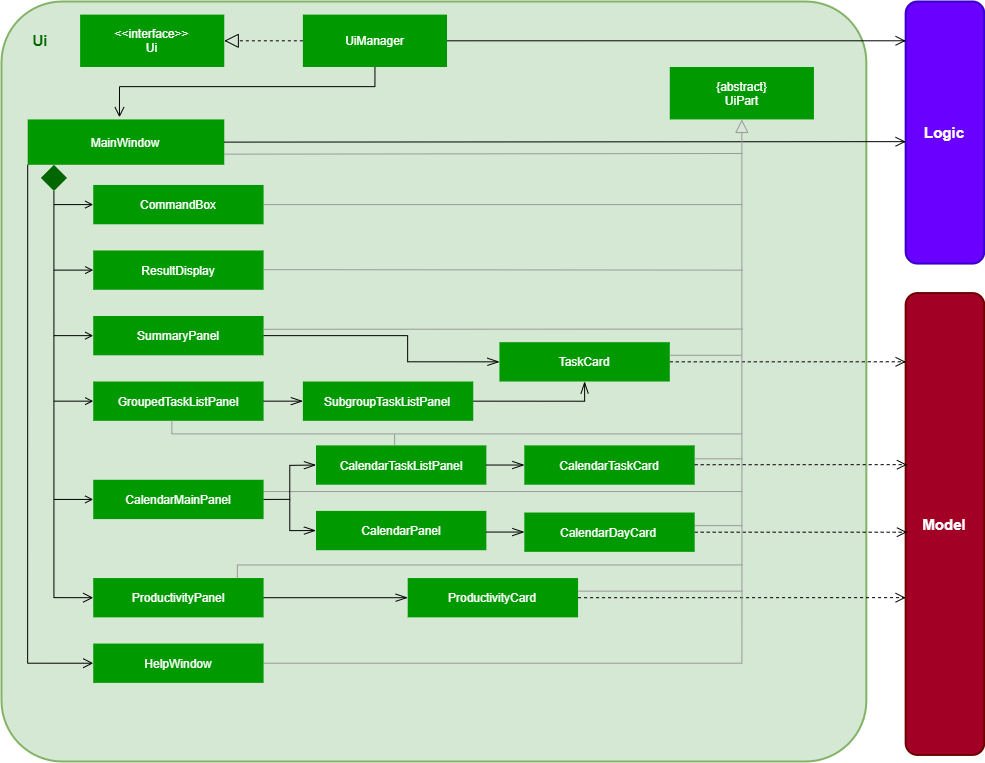
Earlier version of the draw.io export images/UiClassDiagram.png (AY1920S2-CS2103-F09-2/main). Source tidied: cells renumbered, new cells last; positions are measured from the earlier drawing's top-left corner, leaving out a move shared by most shapes.
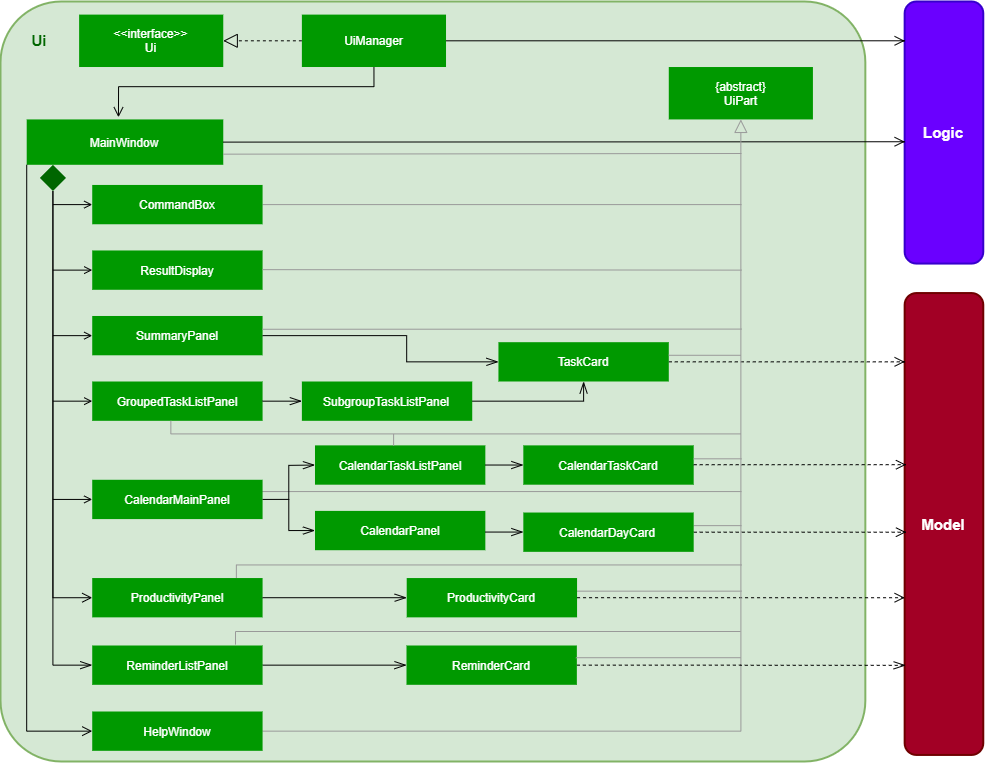
After the commit.

What changed in the source:
```diff
@@ -87,9 +87,6 @@
     <mxCell id="26" value="&lt;font color=&quot;#ffffff&quot;&gt;SummaryPanel&lt;/font&gt;&lt;span style=&quot;color: rgba(0 , 0 , 0 , 0) ; font-family: monospace ; font-size: 0px ; white-space: nowrap&quot;&gt;%3CmxGraphModel%3E%3Croot%3E%3CmxCell%20id%3D%220%22%2F%3E%3CmxCell%20id%3D%221%22%20parent%3D%220%22%2F%3E%3CmxCell%20id%3D%222%22%20value%3D%22%22%20style%3D%22group%22%20vertex%3D%221%22%20connectable%3D%220%22%20parent%3D%221%22%3E%3CmxGeometry%20x%3D%22160%22%20y%3D%22210%22%20width%3D%22130%22%20height%3D%2230%22%20as%3D%22geometry%22%2F%3E%3C%2FmxCell%3E%3CmxCell%20id%3D%223%22%20value%3D%22%22%20style%3D%22rounded%3D0%3BwhiteSpace%3Dwrap%3Bhtml%3D1%3BstrokeWidth%3D1%3BfillColor%3D%2397D077%3BstrokeColor%3D%23009900%3B%22%20vertex%3D%221%22%20parent%3D%222%22%3E%3CmxGeometry%20width%3D%22130%22%20height%3D%2230%22%20as%3D%22geometry%22%2F%3E%3C%2FmxCell%3E%3CmxCell%20id%3D%224%22%20value%3D%22%26lt%3Bfont%20color%3D%26quot%3B%23ffffff%26quot%3B%26gt%3BCommand%20Box%26lt%3B%2Ffont%26gt%3B%22%20style%3D%22text%3Bhtml%3D1%3BstrokeColor%3Dnone%3BfillColor%3Dnone%3Balign%3Dcenter%3BverticalAlign%3Dmiddle%3BwhiteSpace%3Dwrap%3Brounded%3D0%3B%22%20vertex%3D%221%22%20parent%3D%222%22%3E%3CmxGeometry%20x%3D%2210%22%20y%3D%225%22%20width%3D%22110%22%20height%3D%2220%22%20as%3D%22geometry%22%2F%3E%3C%2FmxCell%3E%3C%2Froot%3E%3C%2FmxGraphModel%3E&lt;/span&gt;" style="text;html=1;strokeColor=none;fillColor=none;align=center;verticalAlign=middle;whiteSpace=wrap;rounded=0;" parent="24" vertex="1">
       <mxGeometry x="13.1" y="6.6" width="144.1" height="26.2" as="geometry" />
     </mxCell>
-    <mxCell id="27" style="edgeStyle=orthogonalEdgeStyle;rounded=0;jettySize=auto;html=1;exitX=0;exitY=1;exitDx=0;exitDy=0;entryX=0;entryY=0.5;entryDx=0;entryDy=0;endArrow=open;endFill=0;endSize=8;" parent="1" edge="1" source="19" target="73">
-      <mxGeometry relative="1" as="geometry" />
-    </mxCell>
     <mxCell id="28" style="edgeStyle=orthogonalEdgeStyle;rounded=0;jettySize=auto;html=1;exitX=1;exitY=0.5;exitDx=0;exitDy=0;endArrow=open;endFill=0;endSize=8;" parent="1" edge="1" source="19">
       <mxGeometry relative="1" as="geometry">
         <mxPoint x="904.1" y="140.2" as="targetPoint" />
@@ -98,6 +95,9 @@
         </Array>
       </mxGeometry>
     </mxCell>
+    <mxCell id="102" style="edgeStyle=orthogonalEdgeStyle;rounded=0;jettySize=auto;html=1;exitX=0.5;exitY=1;exitDx=0;exitDy=0;entryX=0;entryY=0.5;entryDx=0;entryDy=0;endArrow=openThin;endFill=0;endSize=10;" parent="1" edge="1" source="29" target="104">
+      <mxGeometry relative="1" as="geometry" />
+    </mxCell>
     <mxCell id="29" style="rhombus;whiteSpace=wrap;html=1;strokeColor=none;strokeWidth=2;fillColor=#006600;" parent="1" vertex="1">
       <mxGeometry x="39.3" y="163.3" width="26.2" height="26.2" as="geometry" />
     </mxCell>
@@ -298,12 +298,6 @@
     <mxCell id="72" value="&lt;font color=&quot;#ffffff&quot;&gt;ProductivityCard&lt;/font&gt;" style="text;html=1;strokeColor=none;fillColor=#009900;align=center;verticalAlign=middle;whiteSpace=wrap;rounded=0;" parent="1" vertex="1">
       <mxGeometry x="419.3" y="583.1" width="144.1" height="26.2" as="geometry" />
     </mxCell>
-    <mxCell id="73" style="rounded=0;whiteSpace=wrap;html=1;strokeWidth=1;fillColor=#009900;strokeColor=none;" parent="1" vertex="1">
-      <mxGeometry x="91.7" y="642.1" width="170.3" height="39.3" as="geometry" />
-    </mxCell>
-    <mxCell id="74" value="&lt;font color=&quot;#ffffff&quot;&gt;HelpWindow&lt;/font&gt;" style="text;html=1;strokeColor=none;fillColor=#009900;align=center;verticalAlign=middle;whiteSpace=wrap;rounded=0;" parent="1" vertex="1">
-      <mxGeometry x="104.8" y="648.6" width="144.1" height="26.2" as="geometry" />
-    </mxCell>
     <mxCell id="75" style="group;" parent="1" vertex="1">
       <mxGeometry x="91.7" y="478.3" width="183.5" height="39.3" as="geometry" />
     </mxCell>
@@ -414,5 +408,50 @@
         </Array>
       </mxGeometry>
     </mxCell>
+    <mxCell id="103" style="edgeStyle=orthogonalEdgeStyle;rounded=0;jettySize=auto;html=1;exitX=1;exitY=0.5;exitDx=0;exitDy=0;entryX=0;entryY=0.5;entryDx=0;entryDy=0;endArrow=openThin;endFill=0;endSize=10;" parent="1" edge="1" source="104" target="107">
+      <mxGeometry relative="1" as="geometry" />
+    </mxCell>
+    <mxCell id="104" value="&lt;font color=&quot;#ffffff&quot;&gt;ReminderListPanel&lt;/font&gt;" style="rounded=0;whiteSpace=wrap;html=1;strokeWidth=1;fillColor=#009900;strokeColor=none;" parent="1" vertex="1">
+      <mxGeometry x="91.7" y="644" width="170.3" height="39.3" as="geometry" />
+    </mxCell>
+    <mxCell id="105" style="group;" parent="1" vertex="1">
+      <mxGeometry x="91.7" y="710" width="170.3" height="39.3" as="geometry" />
+    </mxCell>
+    <mxCell id="73" style="rounded=0;whiteSpace=wrap;html=1;strokeWidth=1;fillColor=#009900;strokeColor=none;" parent="105" vertex="1">
+      <mxGeometry width="170.3" height="39.3" as="geometry" />
+    </mxCell>
+    <mxCell id="74" value="&lt;font color=&quot;#ffffff&quot;&gt;HelpWindow&lt;/font&gt;" style="text;html=1;strokeColor=none;fillColor=#009900;align=center;verticalAlign=middle;whiteSpace=wrap;rounded=0;" parent="105" vertex="1">
+      <mxGeometry x="13.1" y="6.6" width="144.1" height="26.2" as="geometry" />
+    </mxCell>
+    <mxCell id="27" style="edgeStyle=orthogonalEdgeStyle;rounded=0;jettySize=auto;html=1;exitX=0;exitY=1;exitDx=0;exitDy=0;entryX=0;entryY=0.5;entryDx=0;entryDy=0;endArrow=open;endFill=0;endSize=8;" parent="1" edge="1" source="19" target="73">
+      <mxGeometry relative="1" as="geometry" />
+    </mxCell>
+    <mxCell id="106" style="edgeStyle=orthogonalEdgeStyle;rounded=0;jettySize=auto;html=1;exitX=1;exitY=0.5;exitDx=0;exitDy=0;entryX=0.194;entryY=0.013;entryDx=0;entryDy=0;entryPerimeter=0;endArrow=openThin;endFill=0;endSize=10;dashed=1;" parent="1" edge="1" source="107" target="4">
+      <mxGeometry relative="1" as="geometry" />
+    </mxCell>
+    <mxCell id="107" value="&lt;font color=&quot;#ffffff&quot;&gt;ReminderCard&lt;/font&gt;" style="rounded=0;whiteSpace=wrap;html=1;strokeWidth=1;fillColor=#009900;strokeColor=none;" parent="1" vertex="1">
+      <mxGeometry x="406" y="644" width="170.3" height="39.3" as="geometry" />
+    </mxCell>
+    <mxCell id="108" style="group;fontColor=#999999;" parent="1" vertex="1">
+      <mxGeometry x="235" y="630" width="405.8" height="13.1" as="geometry" />
+    </mxCell>
+    <mxCell id="109" style="endArrow=none;html=1;strokeColor=#999999;" parent="108" edge="1">
+      <mxGeometry relative="1" as="geometry">
+        <mxPoint as="sourcePoint" />
+        <mxPoint x="505.1" as="targetPoint" />
+      </mxGeometry>
+    </mxCell>
+    <mxCell id="110" style="endArrow=none;html=1;strokeColor=#999999;" parent="108" edge="1">
+      <mxGeometry relative="1" as="geometry">
+        <mxPoint y="13.1" as="sourcePoint" />
+        <mxPoint as="targetPoint" />
+      </mxGeometry>
+    </mxCell>
+    <mxCell id="111" style="endArrow=none;html=1;strokeColor=#999999;fontColor=#999999;" parent="108" edge="1">
+      <mxGeometry relative="1" as="geometry">
+        <mxPoint x="340.3" y="26.2" as="sourcePoint" />
+        <mxPoint x="505.1" y="26.2" as="targetPoint" />
+      </mxGeometry>
+    </mxCell>
   </root>
 </mxGraphModel>
```
